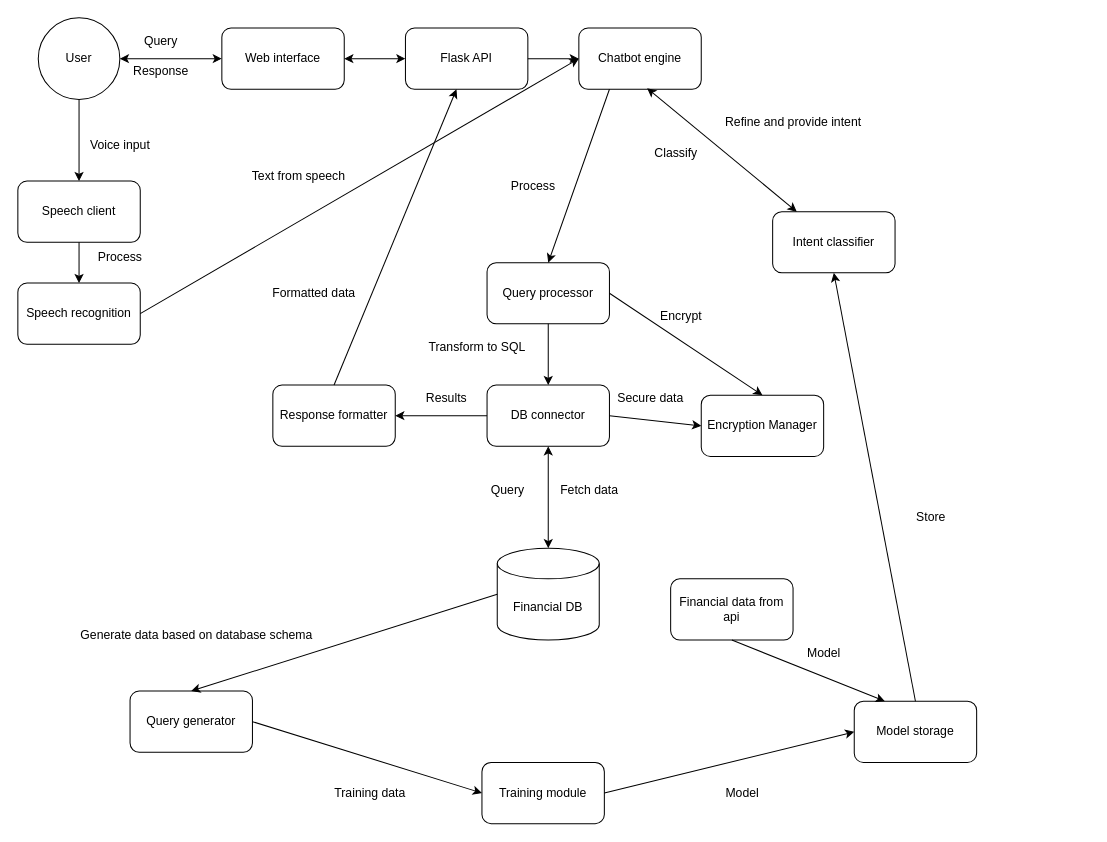
The draw.io diagram dataflow.drawio in Ioan1234/SecureChatbot, before the edit. Source tidied: cells renumbered, new cells numbered last; positions are measured from the earlier drawing's top-left corner, leaving out a move shared by most shapes. Both pictures are drawn from the tidied source at 102%, with x=0, y=0 at pixel (17, 17).
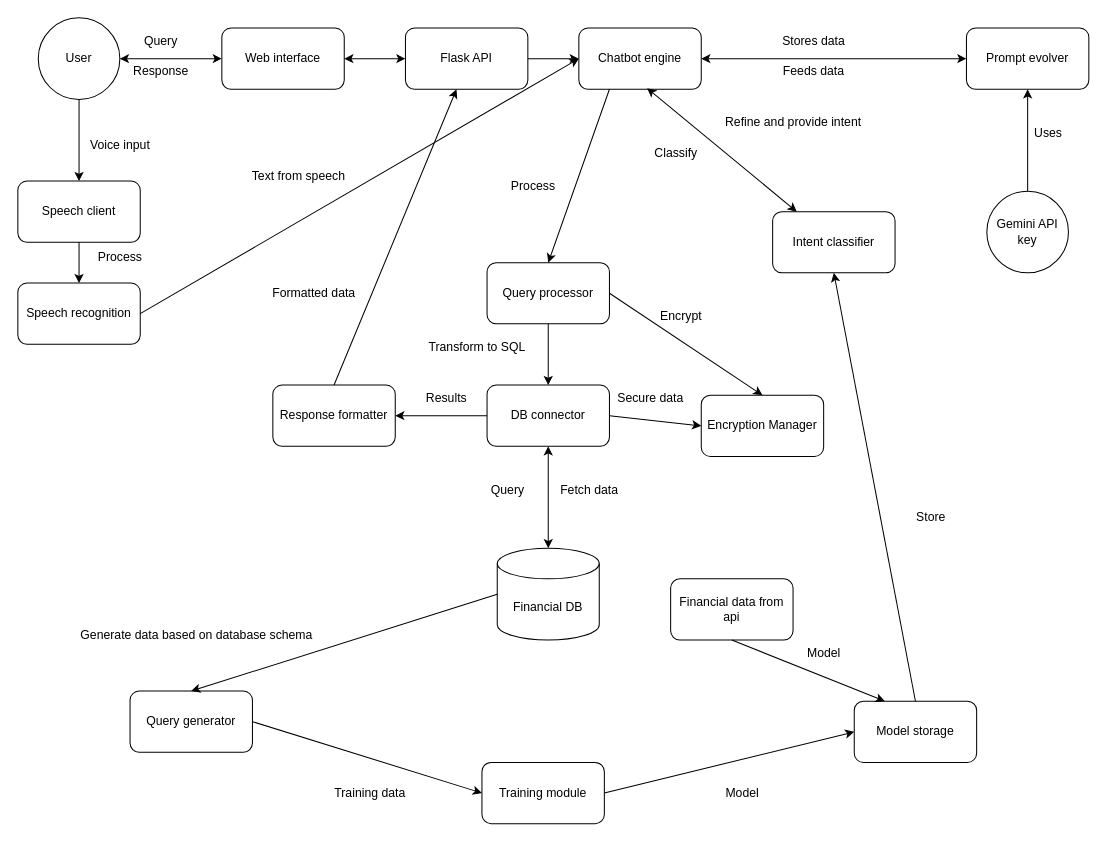
The same page after the edit.

Unchanged cells that the change refers to:
```xml
<mxCell id="15" value="Chatbot engine" style="rounded=1;whiteSpace=wrap;html=1;" parent="1" vertex="1">
  <mxGeometry x="550" y="10" width="120" height="60" as="geometry" />
</mxCell>
```

The edit, as a diff of the source:
```diff
@@
+    <mxCell id="57" value="Prompt evolver" style="rounded=1;whiteSpace=wrap;html=1;" parent="1" vertex="1">
+      <mxGeometry x="930" y="10" width="120" height="60" as="geometry" />
+    </mxCell>
+    <mxCell id="58" style="endArrow=classic;startArrow=classic;html=1;rounded=0;entryX=0;entryY=0.5;entryDx=0;entryDy=0;exitX=1;exitY=0.5;exitDx=0;exitDy=0;" parent="1" edge="1" source="15" target="57">
+      <mxGeometry relative="1" as="geometry" />
+    </mxCell>
+    <mxCell id="59" value="Stores data" style="text;html=1;align=center;verticalAlign=middle;strokeColor=none;fillColor=none;" parent="1" vertex="1">
+      <mxGeometry x="740" y="8" width="80" height="30" as="geometry" />
+    </mxCell>
+    <mxCell id="60" value="Feeds data" style="text;html=1;align=center;verticalAlign=middle;strokeColor=none;fillColor=none;" parent="1" vertex="1">
+      <mxGeometry x="740" y="38" width="80" height="30" as="geometry" />
+    </mxCell>
+    <mxCell id="61" value="Gemini API key" style="ellipse;whiteSpace=wrap;html=1;" parent="1" vertex="1">
+      <mxGeometry x="950" y="170" width="80" height="80" as="geometry" />
+    </mxCell>
+    <mxCell id="62" style="endArrow=classic;html=1;rounded=0;entryX=0.5;entryY=1;entryDx=0;entryDy=0;exitX=0.5;exitY=0;exitDx=0;exitDy=0;" parent="1" edge="1" source="61" target="57">
+      <mxGeometry relative="1" as="geometry" />
+    </mxCell>
+    <mxCell id="63" value="Uses" style="text;html=1;align=center;verticalAlign=middle;strokeColor=none;fillColor=none;" parent="1" vertex="1">
+      <mxGeometry x="985" y="98" width="50" height="30" as="geometry" />
+    </mxCell>
```
